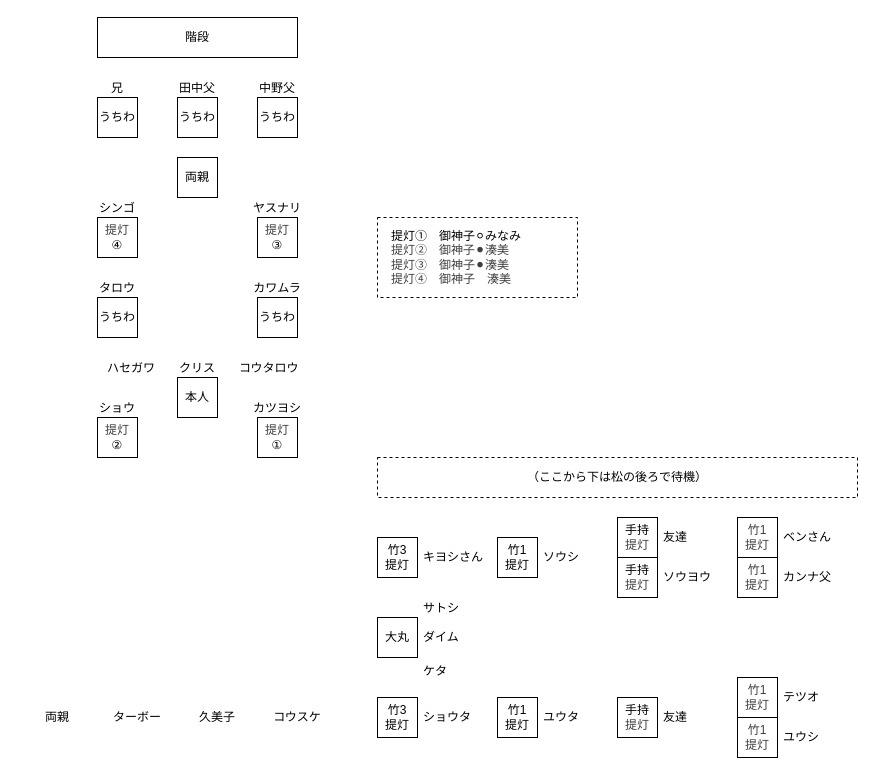
The draw.io diagram formation_jinjya_koden.dio in shingo0321/yaizu_festival, before the edit. Source tidied: cells renumbered, new cells numbered last; positions are measured from the earlier drawing's top-left corner, leaving out a move shared by most shapes. Both pictures are drawn from the tidied source at 100%, with x=0, y=0 at pixel (17, 17).
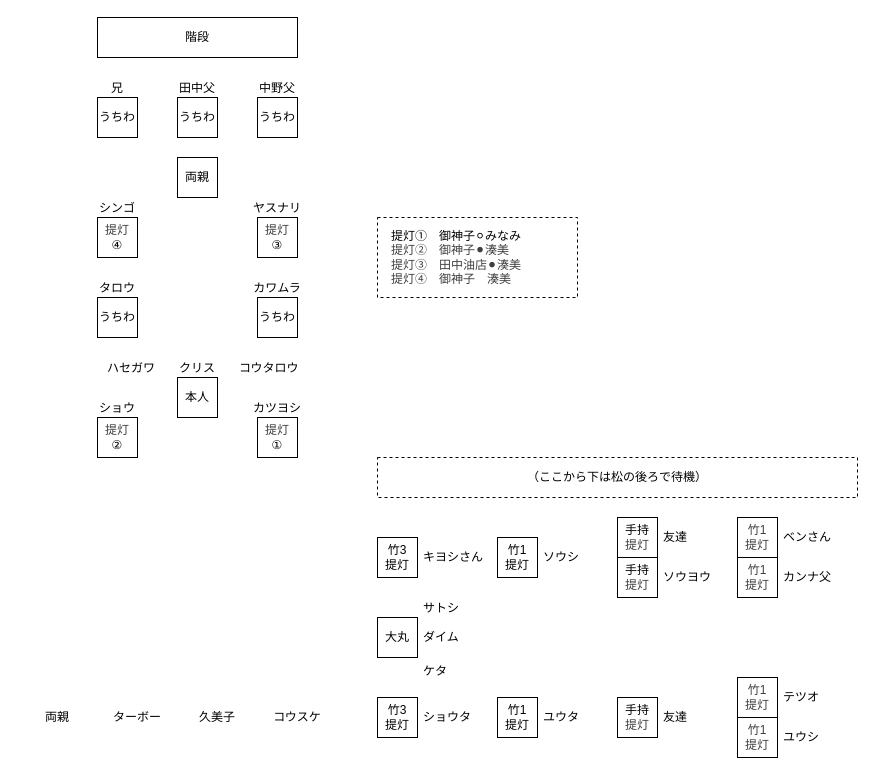
The same diagram, later.

Commit message (it also covers changes not shown here):
formation_jinjya_koden.dioの提灯③を「御神子」→「田中油店」に修正

Diff of the diagram source:
```diff
@@
-    <mxCell id="19" value="&lt;div style=&quot;&quot;&gt;&lt;span style=&quot;background-color: transparent;&quot;&gt;　提灯①　御神子⚪︎みなみ&lt;/span&gt;&lt;/div&gt;&lt;div&gt;&lt;div style=&quot;color: rgb(63, 63, 63); scrollbar-color: rgb(226, 226, 226) rgb(251, 251, 251);&quot;&gt;&lt;span style=&quot;color: rgb(63, 63, 63); scrollbar-color: rgb(226, 226, 226) rgb(251, 251, 251); background-color: transparent;&quot;&gt;　提灯②　御神子⚫︎&lt;/span&gt;&lt;span style=&quot;color: rgb(63, 63, 63); background-color: transparent;&quot;&gt;湊美&lt;/span&gt;&lt;/div&gt;&lt;div style=&quot;color: rgb(63, 63, 63); scrollbar-color: rgb(226, 226, 226) rgb(251, 251, 251);&quot;&gt;&lt;div style=&quot;color: rgb(63, 63, 63); scrollbar-color: rgb(226, 226, 226) rgb(251, 251, 251);&quot;&gt;&lt;span style=&quot;color: rgb(63, 63, 63); scrollbar-color: rgb(226, 226, 226) rgb(251, 251, 251); background-color: transparent;&quot;&gt;　提灯③　御神子⚫︎&lt;/span&gt;&lt;span style=&quot;color: rgb(63, 63, 63); background-color: transparent;&quot;&gt;湊美&lt;/span&gt;&lt;/div&gt;&lt;div style=&quot;color: rgb(63, 63, 63); scrollbar-color: rgb(226, 226, 226) rgb(251, 251, 251);&quot;&gt;&lt;span style=&quot;color: rgb(63, 63, 63); scrollbar-color: rgb(226, 226, 226) rgb(251, 251, 251); background-color: transparent;&quot;&gt;&lt;div style=&quot;color: rgb(63, 63, 63); scrollbar-color: rgb(226, 226, 226) rgb(251, 251, 251);&quot;&gt;&lt;span style=&quot;color: rgb(63, 63, 63); scrollbar-color: rgb(226, 226, 226) rgb(251, 251, 251); background-color: transparent;&quot;&gt;　提灯④　御神子　湊美&lt;/span&gt;&lt;/div&gt;&lt;/span&gt;&lt;/div&gt;&lt;/div&gt;&lt;/div&gt;" style="rounded=0;whiteSpace=wrap;html=1;dashed=1;align=left;verticalAlign=middle;" parent="1" vertex="1">
+    <mxCell id="19" value="&lt;div style=&quot;&quot;&gt;&lt;span style=&quot;background-color: transparent;&quot;&gt;　提灯①　御神子⚪︎みなみ&lt;/span&gt;&lt;/div&gt;&lt;div&gt;&lt;div style=&quot;color: rgb(63, 63, 63); scrollbar-color: rgb(226, 226, 226) rgb(251, 251, 251);&quot;&gt;&lt;span style=&quot;color: rgb(63, 63, 63); scrollbar-color: rgb(226, 226, 226) rgb(251, 251, 251); background-color: transparent;&quot;&gt;　提灯②　御神子⚫︎&lt;/span&gt;&lt;span style=&quot;color: rgb(63, 63, 63); background-color: transparent;&quot;&gt;湊美&lt;/span&gt;&lt;/div&gt;&lt;div style=&quot;color: rgb(63, 63, 63); scrollbar-color: rgb(226, 226, 226) rgb(251, 251, 251);&quot;&gt;&lt;div style=&quot;color: rgb(63, 63, 63); scrollbar-color: rgb(226, 226, 226) rgb(251, 251, 251);&quot;&gt;&lt;span style=&quot;color: rgb(63, 63, 63); scrollbar-color: rgb(226, 226, 226) rgb(251, 251, 251); background-color: transparent;&quot;&gt;　提灯③　田中油店⚫︎&lt;/span&gt;&lt;span style=&quot;color: rgb(63, 63, 63); background-color: transparent;&quot;&gt;湊美&lt;/span&gt;&lt;/div&gt;&lt;div style=&quot;color: rgb(63, 63, 63); scrollbar-color: rgb(226, 226, 226) rgb(251, 251, 251);&quot;&gt;&lt;span style=&quot;color: rgb(63, 63, 63); scrollbar-color: rgb(226, 226, 226) rgb(251, 251, 251); background-color: transparent;&quot;&gt;&lt;div style=&quot;color: rgb(63, 63, 63); scrollbar-color: rgb(226, 226, 226) rgb(251, 251, 251);&quot;&gt;&lt;span style=&quot;color: rgb(63, 63, 63); scrollbar-color: rgb(226, 226, 226) rgb(251, 251, 251); background-color: transparent;&quot;&gt;　提灯④　御神子　湊美&lt;/span&gt;&lt;/div&gt;&lt;/span&gt;&lt;/div&gt;&lt;/div&gt;&lt;/div&gt;" style="rounded=0;whiteSpace=wrap;html=1;dashed=1;align=left;verticalAlign=middle;" parent="1" vertex="1">
       <mxGeometry x="360" y="200" width="200" height="80" as="geometry" />
     </mxCell>
```
